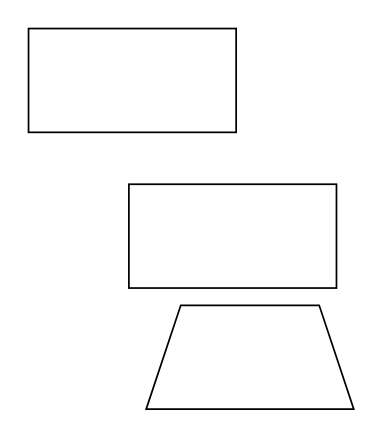
Earlier version of the draw.io diagram architecture/Subscriptions Manager App Architecture Diagram.drawio (karateka-git/subscriptions-manager). Source tidied: cells renumbered, new cells numbered last; positions are measured from the earlier drawing's top-left corner, leaving out a move shared by most shapes. Both pictures are drawn from the tidied source at 173%, with x=0, y=0 at pixel (28, 28).
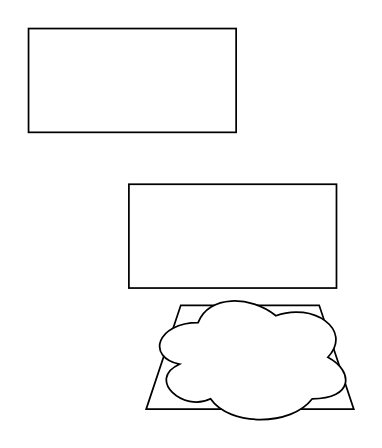
Above is the later version.

Change to the diagram source:
```diff
@@
 <mxGraphModel>
   <root>
     <mxCell id="0" />
     <mxCell id="1" parent="0" />
     <mxCell id="2" style="rounded=0;whiteSpace=wrap;html=1;" parent="1" vertex="1">
       <mxGeometry x="58" y="90" width="120" height="60" as="geometry" />
     </mxCell>
     <mxCell id="3" style="rounded=0;whiteSpace=wrap;html=1;" parent="1" vertex="1">
       <mxGeometry width="120" height="60" as="geometry" />
     </mxCell>
     <mxCell id="4" style="shape=trapezoid;perimeter=trapezoidPerimeter;whiteSpace=wrap;html=1;fixedSize=1;" parent="1" vertex="1">
       <mxGeometry x="68" y="160" width="120" height="60" as="geometry" />
     </mxCell>
+    <mxCell id="5" style="ellipse;shape=cloud;whiteSpace=wrap;html=1;" parent="1" vertex="1">
+      <mxGeometry x="68" y="150" width="120" height="80" as="geometry" />
+    </mxCell>
   </root>
 </mxGraphModel>
```
